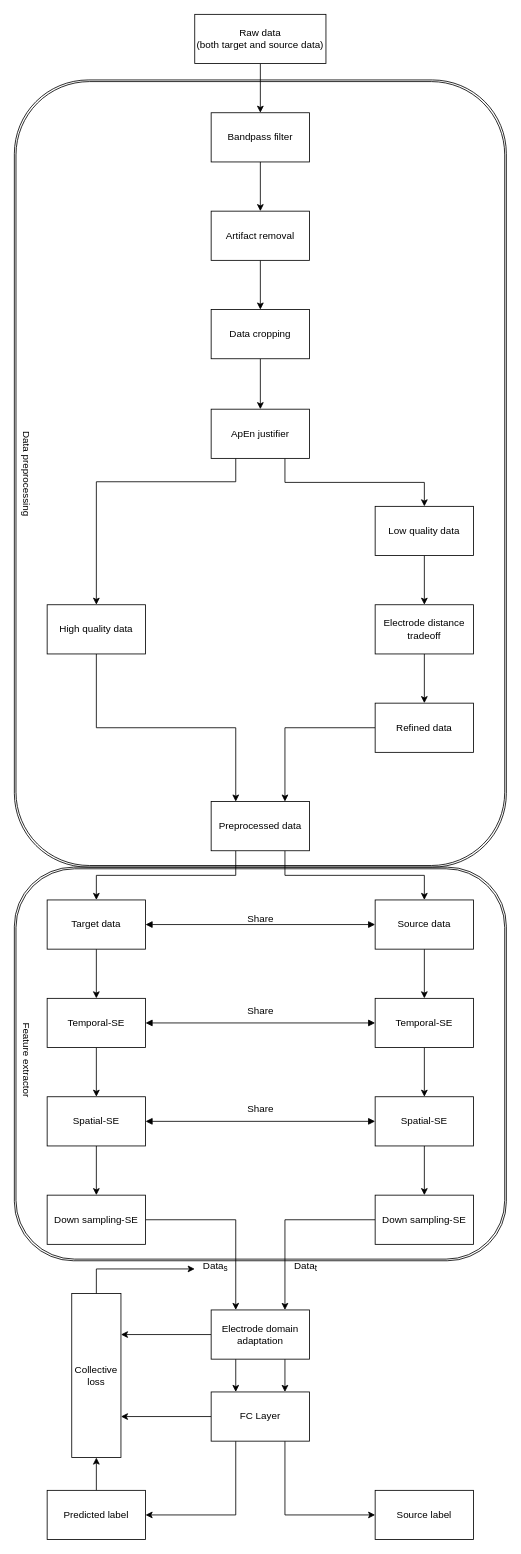
Earlier version of the draw.io diagram Flowchart.drawio (JiPingCui/hello-world). Source tidied: cells renumbered, new cells numbered last; positions are measured from the earlier drawing's top-left corner, leaving out a move shared by most shapes. Both pictures are drawn from the tidied source at 82%, with x=0, y=0 at pixel (-27, 14).
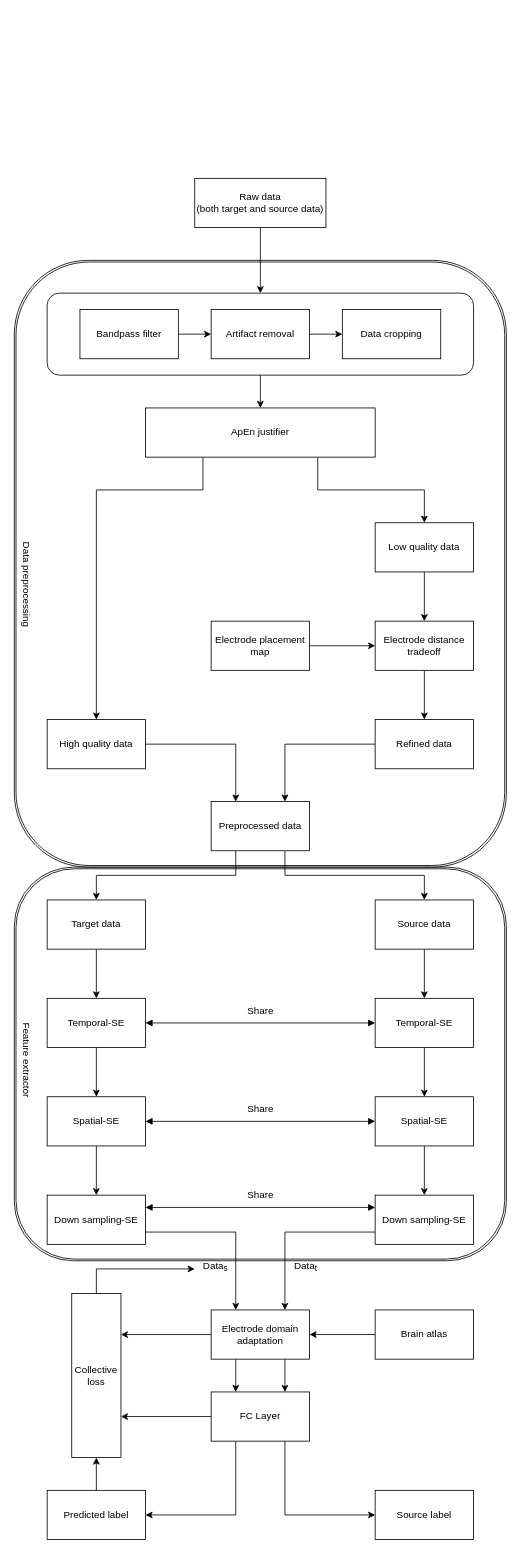
After the change.

Unchanged cells that the change refers to:
```xml
<mxCell id="25" value="Preprocessed data" style="rounded=0;whiteSpace=wrap;html=1;" parent="1" vertex="1">
  <mxGeometry x="290" y="960" width="120" height="60" as="geometry" />
</mxCell>
<mxCell id="27" value="Source data" style="rounded=0;whiteSpace=wrap;html=1;" parent="1" vertex="1">
  <mxGeometry x="490" y="1080" width="120" height="60" as="geometry" />
</mxCell>
<mxCell id="29" value="Target data" style="rounded=0;whiteSpace=wrap;html=1;" parent="1" vertex="1">
  <mxGeometry x="90" y="1080" width="120" height="60" as="geometry" />
</mxCell>
<mxCell id="39" value="Down sampling-SE" style="rounded=0;whiteSpace=wrap;html=1;" parent="1" vertex="1">
  <mxGeometry x="490" y="1440" width="120" height="60" as="geometry" />
</mxCell>
<mxCell id="41" value="Down sampling-SE" style="rounded=0;whiteSpace=wrap;html=1;" parent="1" vertex="1">
  <mxGeometry x="90" y="1440" width="120" height="60" as="geometry" />
</mxCell>
<mxCell id="45" value="Electrode domain adaptation" style="rounded=0;whiteSpace=wrap;html=1;" parent="1" vertex="1">
  <mxGeometry x="290" y="1580" width="120" height="60" as="geometry" />
</mxCell>
```

What changed in the source:
```diff
@@
     <mxCell id="2" style="shape=ext;double=1;rounded=1;whiteSpace=wrap;html=1;fillColor=none;" parent="1" vertex="1">
-      <mxGeometry x="50" y="80" width="600" height="960" as="geometry" />
+      <mxGeometry x="50" y="300" width="600" height="740" as="geometry" />
     </mxCell>
@@
-    <mxCell id="4" style="edgeStyle=orthogonalEdgeStyle;rounded=0;jettySize=auto;html=1;" parent="1" edge="1" source="5" target="14">
+    <mxCell id="4" style="edgeStyle=orthogonalEdgeStyle;rounded=0;jettySize=auto;html=1;exitX=0.5;exitY=1;exitDx=0;exitDy=0;entryX=0.5;entryY=0;entryDx=0;entryDy=0;" parent="1" edge="1" source="5" target="66">
       <mxGeometry relative="1" as="geometry" />
     </mxCell>
     <mxCell id="5" value="Raw data&lt;div&gt;(both target and source data)&lt;/div&gt;" style="rounded=0;whiteSpace=wrap;html=1;" parent="1" vertex="1">
-      <mxGeometry x="270" width="160" height="60" as="geometry" />
+      <mxGeometry x="270" y="200" width="160" height="60" as="geometry" />
     </mxCell>
-    <mxCell id="6" style="edgeStyle=orthogonalEdgeStyle;rounded=0;jettySize=auto;html=1;exitX=0.25;exitY=1;exitDx=0;exitDy=0;entryX=0.5;entryY=0;entryDx=0;entryDy=0;" parent="1" edge="1" source="8" target="12">
+    <mxCell id="6" style="edgeStyle=orthogonalEdgeStyle;rounded=0;jettySize=auto;html=1;entryX=0.5;entryY=0;entryDx=0;entryDy=0;" parent="1" edge="1" source="8" target="12">
       <mxGeometry relative="1" as="geometry">
         <Array as="points">
-          <mxPoint x="320" y="570" />
-          <mxPoint x="150" y="570" />
+          <mxPoint x="280" y="580" />
+          <mxPoint x="150" y="580" />
         </Array>
       </mxGeometry>
     </mxCell>
-    <mxCell id="7" style="edgeStyle=orthogonalEdgeStyle;rounded=0;jettySize=auto;html=1;exitX=0.75;exitY=1;exitDx=0;exitDy=0;entryX=0.5;entryY=0;entryDx=0;entryDy=0;" parent="1" edge="1" source="8" target="10">
-      <mxGeometry relative="1" as="geometry" />
+    <mxCell id="7" style="edgeStyle=orthogonalEdgeStyle;rounded=0;jettySize=auto;html=1;entryX=0.5;entryY=0;entryDx=0;entryDy=0;" parent="1" edge="1" source="8" target="10">
+      <mxGeometry relative="1" as="geometry">
+        <Array as="points">
+          <mxPoint x="420" y="580" />
+          <mxPoint x="550" y="580" />
+        </Array>
+      </mxGeometry>
     </mxCell>
     <mxCell id="8" value="ApEn justifier" style="rounded=0;whiteSpace=wrap;html=1;" parent="1" vertex="1">
-      <mxGeometry x="290" y="481.5" width="120" height="60" as="geometry" />
+      <mxGeometry x="210" y="480" width="280" height="60" as="geometry" />
     </mxCell>
@@
     <mxCell id="10" value="Low quality data" style="rounded=0;whiteSpace=wrap;html=1;" parent="1" vertex="1">
-      <mxGeometry x="490" y="600" width="120" height="60" as="geometry" />
+      <mxGeometry x="490" y="620" width="120" height="60" as="geometry" />
     </mxCell>
     <mxCell id="11" style="edgeStyle=orthogonalEdgeStyle;rounded=0;jettySize=auto;html=1;entryX=0.25;entryY=0;entryDx=0;entryDy=0;" parent="1" edge="1" source="12" target="25">
       <mxGeometry relative="1" as="geometry">
         <Array as="points">
-          <mxPoint x="150" y="870" />
-          <mxPoint x="320" y="870" />
+          <mxPoint x="150" y="890" />
+          <mxPoint x="320" y="890" />
         </Array>
       </mxGeometry>
     </mxCell>
     <mxCell id="12" value="High quality data" style="rounded=0;whiteSpace=wrap;html=1;" parent="1" vertex="1">
-      <mxGeometry x="90" y="720" width="120" height="60" as="geometry" />
+      <mxGeometry x="90" y="860" width="120" height="60" as="geometry" />
     </mxCell>
-    <mxCell id="13" style="edgeStyle=orthogonalEdgeStyle;rounded=0;jettySize=auto;html=1;entryX=0.5;entryY=0;entryDx=0;entryDy=0;" parent="1" edge="1" source="14" target="16">
+    <mxCell id="13" style="edgeStyle=orthogonalEdgeStyle;rounded=0;jettySize=auto;html=1;entryX=0;entryY=0.5;entryDx=0;entryDy=0;" parent="1" edge="1" source="14" target="16">
       <mxGeometry relative="1" as="geometry" />
     </mxCell>
     <mxCell id="14" value="Bandpass filter" style="rounded=0;whiteSpace=wrap;html=1;" parent="1" vertex="1">
-      <mxGeometry x="290" y="120" width="120" height="60" as="geometry" />
+      <mxGeometry x="130" y="360" width="120" height="60" as="geometry" />
     </mxCell>
-    <mxCell id="15" style="edgeStyle=orthogonalEdgeStyle;rounded=0;jettySize=auto;html=1;entryX=0.5;entryY=0;entryDx=0;entryDy=0;" parent="1" edge="1" source="16" target="18">
+    <mxCell id="15" style="edgeStyle=orthogonalEdgeStyle;rounded=0;jettySize=auto;html=1;entryX=0;entryY=0.5;entryDx=0;entryDy=0;" parent="1" edge="1" source="16" target="18">
       <mxGeometry relative="1" as="geometry" />
     </mxCell>
     <mxCell id="16" value="Artifact removal" style="rounded=0;whiteSpace=wrap;html=1;" parent="1" vertex="1">
-      <mxGeometry x="290" y="240" width="120" height="60" as="geometry" />
+      <mxGeometry x="290" y="360" width="120" height="60" as="geometry" />
     </mxCell>
-    <mxCell id="17" style="edgeStyle=orthogonalEdgeStyle;rounded=0;jettySize=auto;html=1;entryX=0.5;entryY=0;entryDx=0;entryDy=0;" parent="1" edge="1" source="18" target="8">
-      <mxGeometry relative="1" as="geometry" />
-    </mxCell>
     <mxCell id="18" value="Data cropping" style="rounded=0;whiteSpace=wrap;html=1;" parent="1" vertex="1">
-      <mxGeometry x="290" y="360" width="120" height="60" as="geometry" />
+      <mxGeometry x="450" y="360" width="120" height="60" as="geometry" />
     </mxCell>
@@
     <mxCell id="20" value="Electrode distance tradeoff" style="rounded=0;whiteSpace=wrap;html=1;" parent="1" vertex="1">
-      <mxGeometry x="490" y="720" width="120" height="60" as="geometry" />
+      <mxGeometry x="490" y="740" width="120" height="60" as="geometry" />
     </mxCell>
@@
     <mxCell id="22" value="Refined data" style="rounded=0;whiteSpace=wrap;html=1;" parent="1" vertex="1">
-      <mxGeometry x="490" y="840" width="120" height="60" as="geometry" />
+      <mxGeometry x="490" y="860" width="120" height="60" as="geometry" />
     </mxCell>
@@
-    <mxCell id="38" style="edgeStyle=orthogonalEdgeStyle;rounded=0;jettySize=auto;html=1;entryX=0.75;entryY=0;entryDx=0;entryDy=0;" parent="1" edge="1" source="39" target="45">
+    <mxCell id="38" style="edgeStyle=orthogonalEdgeStyle;rounded=0;jettySize=auto;html=1;entryX=0.75;entryY=0;entryDx=0;entryDy=0;exitX=0;exitY=0.75;exitDx=0;exitDy=0;" parent="1" edge="1" source="39" target="45">
       <mxGeometry relative="1" as="geometry" />
     </mxCell>
@@
-    <mxCell id="40" style="edgeStyle=orthogonalEdgeStyle;rounded=0;jettySize=auto;html=1;entryX=0.25;entryY=0;entryDx=0;entryDy=0;" parent="1" edge="1" source="41" target="45">
+    <mxCell id="40" style="edgeStyle=orthogonalEdgeStyle;rounded=0;jettySize=auto;html=1;entryX=0.25;entryY=0;entryDx=0;entryDy=0;exitX=1;exitY=0.75;exitDx=0;exitDy=0;" parent="1" edge="1" source="41" target="45">
       <mxGeometry relative="1" as="geometry" />
     </mxCell>
@@
-    <mxCell id="57" style="endArrow=block;startArrow=block;endFill=1;startFill=1;html=1;rounded=0;entryX=0;entryY=0.5;entryDx=0;entryDy=0;exitX=1;exitY=0.5;exitDx=0;exitDy=0;" parent="1" edge="1" source="29" target="27">
+    <mxCell id="57" style="endArrow=block;startArrow=block;endFill=1;startFill=1;html=1;rounded=0;entryX=0;entryY=0.25;entryDx=0;entryDy=0;exitX=1;exitY=0.25;exitDx=0;exitDy=0;" parent="1" edge="1" source="41" target="39">
       <mxGeometry relative="1" as="geometry" />
     </mxCell>
@@
     <mxCell id="60" value="Share" style="text;html=1;align=center;verticalAlign=middle;strokeColor=none;fillColor=none;" parent="1" vertex="1">
-      <mxGeometry x="320" y="1088" width="60" height="30" as="geometry" />
+      <mxGeometry x="320" y="1425" width="60" height="30" as="geometry" />
     </mxCell>
@@
     <mxCell id="63" value="Data preprocessing" style="text;html=1;align=center;verticalAlign=middle;strokeColor=none;fillColor=none;rotation=90;" parent="1" vertex="1">
-      <mxGeometry y="545" width="130" height="30" as="geometry" />
+      <mxGeometry y="680" width="130" height="30" as="geometry" />
     </mxCell>
@@
+    <mxCell id="65" style="edgeStyle=orthogonalEdgeStyle;rounded=0;jettySize=auto;html=1;entryX=0.5;entryY=0;entryDx=0;entryDy=0;" parent="1" edge="1" source="66" target="8">
+      <mxGeometry relative="1" as="geometry" />
+    </mxCell>
+    <mxCell id="66" style="rounded=1;whiteSpace=wrap;html=1;fillColor=none;" parent="1" vertex="1">
+      <mxGeometry x="90" y="340" width="520" height="100" as="geometry" />
+    </mxCell>
+    <mxCell id="67" style="edgeStyle=orthogonalEdgeStyle;rounded=0;jettySize=auto;html=1;entryX=0;entryY=0.5;entryDx=0;entryDy=0;" parent="1" edge="1" source="68" target="20">
+      <mxGeometry relative="1" as="geometry" />
+    </mxCell>
+    <mxCell id="68" value="Electrode placement map" style="rounded=0;whiteSpace=wrap;html=1;" parent="1" vertex="1">
+      <mxGeometry x="290" y="740" width="120" height="60" as="geometry" />
+    </mxCell>
+    <mxCell id="69" style="edgeStyle=orthogonalEdgeStyle;rounded=0;jettySize=auto;html=1;" parent="1" edge="1" source="70" target="45">
+      <mxGeometry relative="1" as="geometry" />
+    </mxCell>
+    <mxCell id="70" value="Brain atlas" style="rounded=0;whiteSpace=wrap;html=1;" parent="1" vertex="1">
+      <mxGeometry x="490" y="1580" width="120" height="60" as="geometry" />
+    </mxCell>
```
